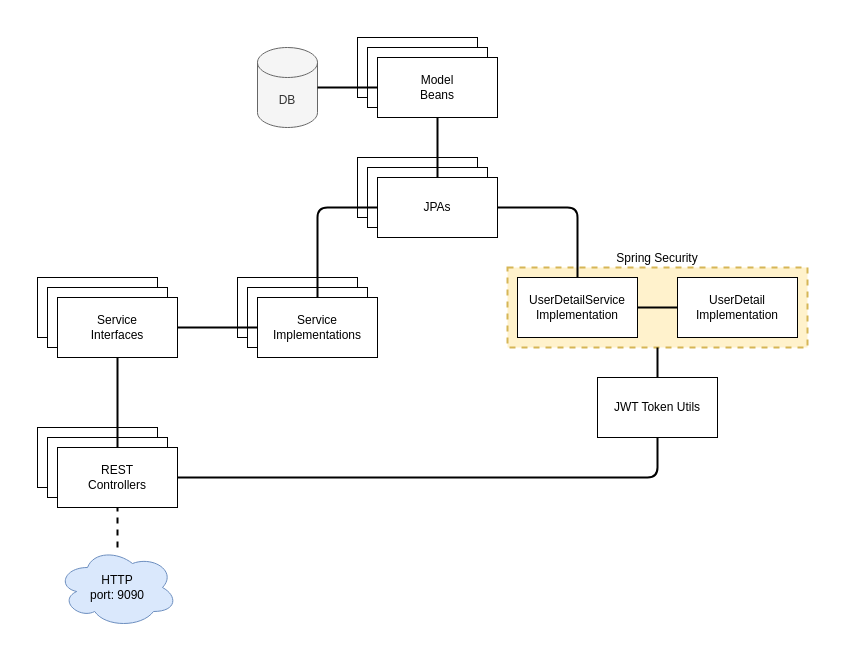
Before: WebAPI.drawio in OMorlotti/P7-Developper-le-nouveau-systeme-d-information-de-la-bibliotheque-d-une-grande-ville, a draw.io diagram. Source tidied: cells renumbered, new cells numbered last; positions are measured from the earlier drawing's top-left corner, leaving out a move shared by most shapes. Both pictures are drawn from the tidied source at 100%, with x=0, y=0 at pixel (37, 37).
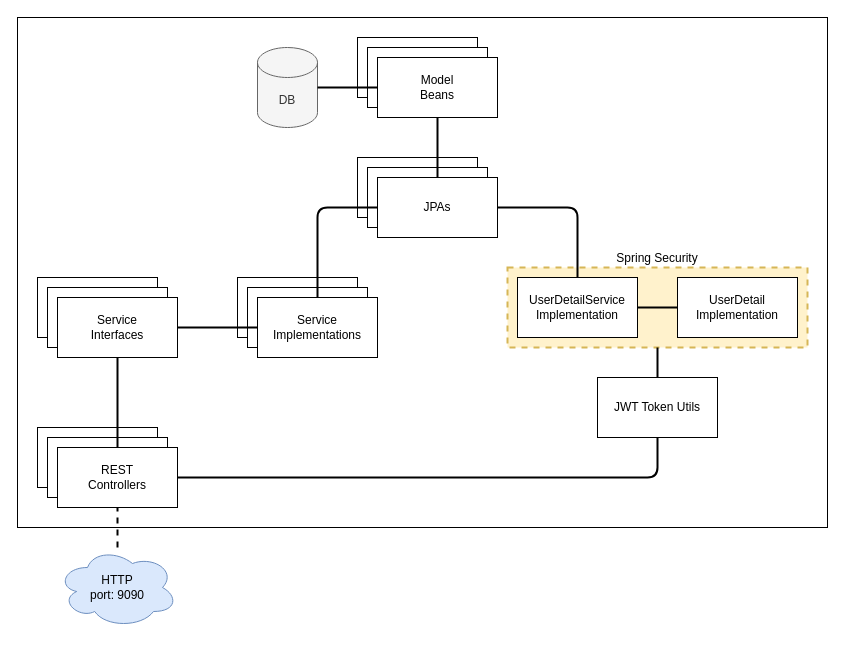
The same page after the edit.

Change to the diagram source:
```diff
@@
+    <mxCell id="38" style="rounded=0;whiteSpace=wrap;html=1;" parent="1" vertex="1">
+      <mxGeometry x="-20" y="-20" width="810" height="510" as="geometry" />
+    </mxCell>
```
